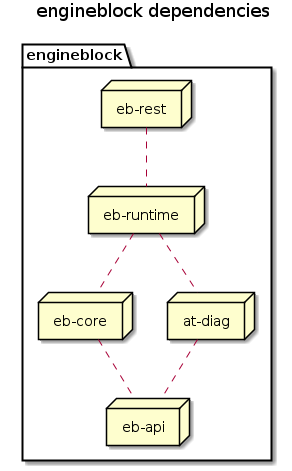
Earlier version of the PlantUML export docs/diagrams/project_structure.png (engineblock/engineblock).
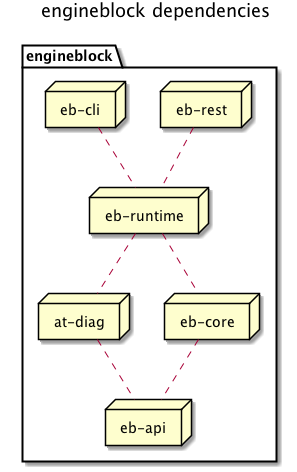
The same diagram one commit later.

The edit, as a diff of the source:
```diff
@@ -7,6 +7,8 @@
 node core as "eb-core"
 node rest as "eb-rest"
 node runtime as "eb-runtime"
+node cli as "eb-cli"
+cli .. runtime
 rest .. runtime
 runtime .. core
 runtime .. diag
```
